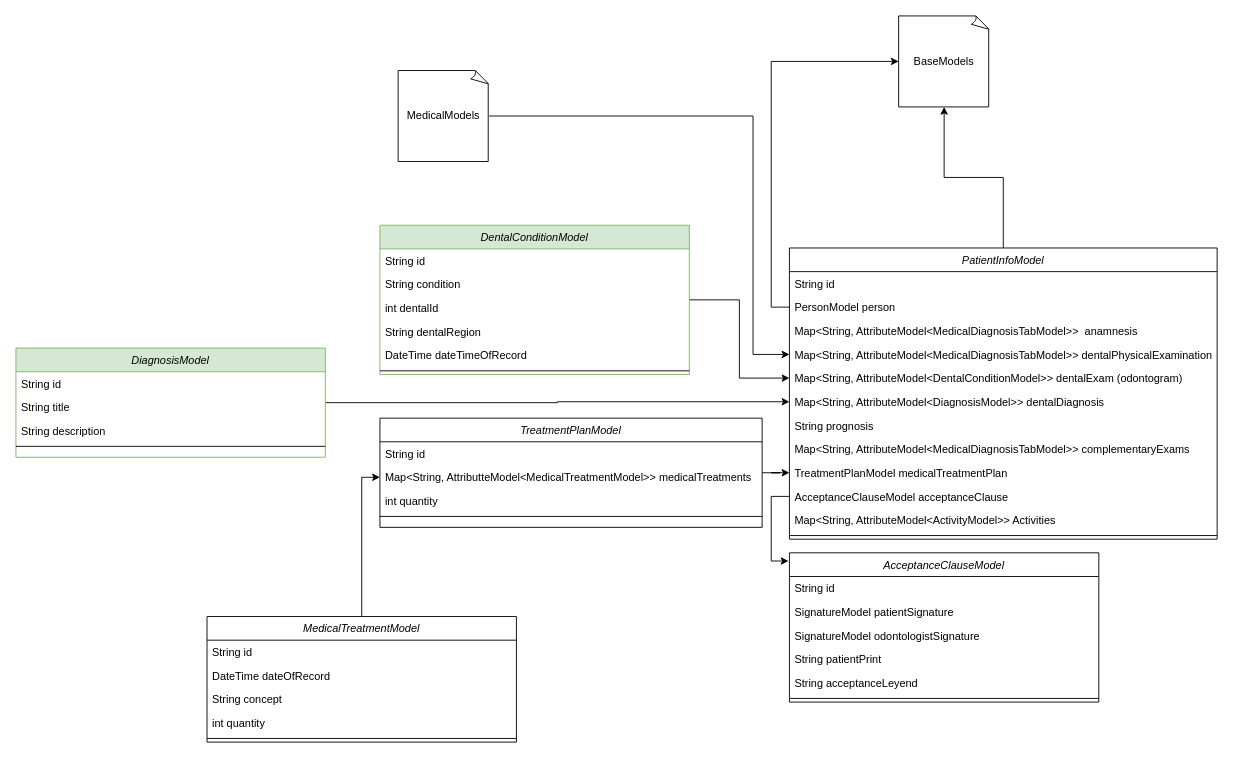
grupo-jocaagura/jocaagura_domain keeps this draw.io diagram as page "dentistApp" (8 of 12) of uml/uml_diagrams.drawio. Above is the earlier version. Source tidied: cells renumbered, new cells numbered last; positions are measured from the earlier drawing's top-left corner, leaving out a move shared by most shapes. Both pictures are drawn from the tidied source at 91%, with x=0, y=0 at pixel (15, 15).
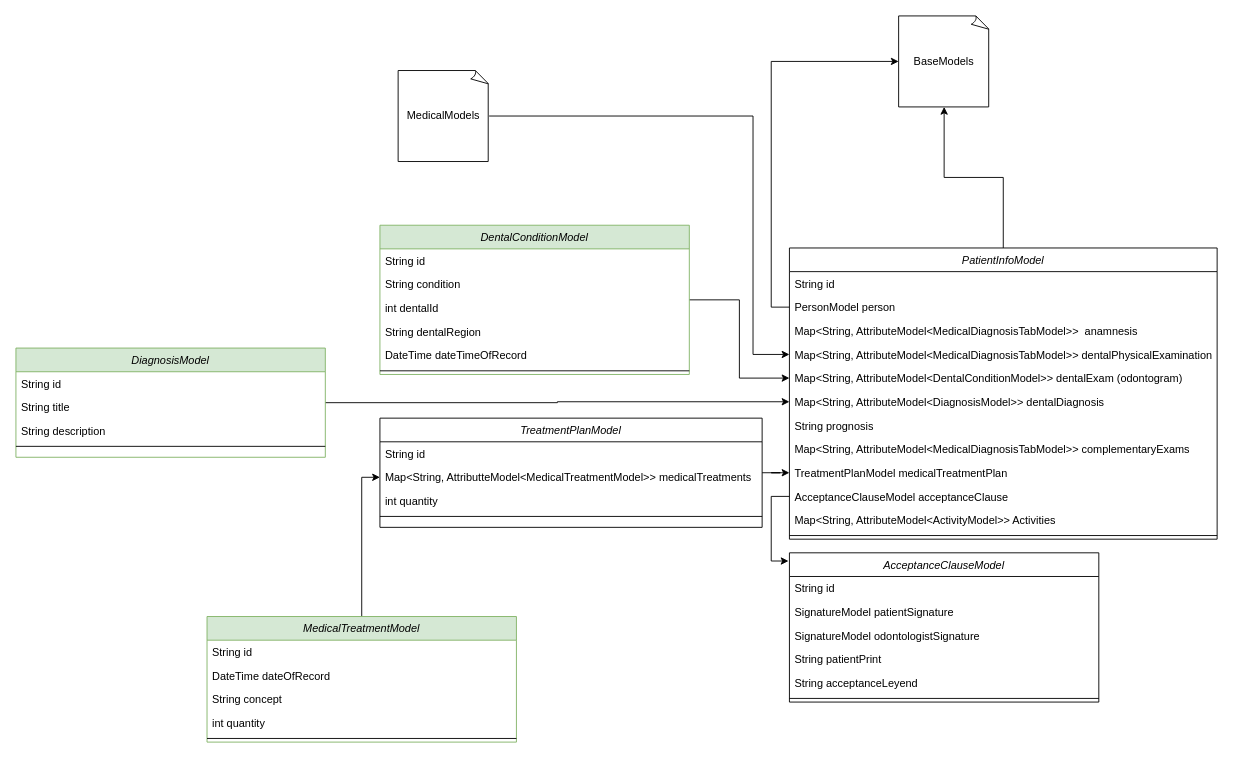
Above is the later version.

Commit message (it also covers changes not shown here):
feature(@albertjjimenezp): Se contribuye dental_condition_model.dart y  la documentación en dartdoc asi como los test unitarios uml

Diff of the diagram source:
```diff
@@
-    <mxCell id="27" value="MedicalTreatmentModel" style="swimlane;fontStyle=2;align=center;verticalAlign=top;horizontal=1;startSize=26;rounded=0;shadow=0;strokeWidth=1;" parent="1" vertex="1">
+    <mxCell id="27" value="MedicalTreatmentModel" style="swimlane;fontStyle=2;align=center;verticalAlign=top;horizontal=1;startSize=26;rounded=0;shadow=0;strokeWidth=1;fillColor=#d5e8d4;strokeColor=#82b366;" parent="1" vertex="1">
       <mxGeometry x="210" y="660" width="340" height="138" as="geometry" />
     </mxCell>
```
